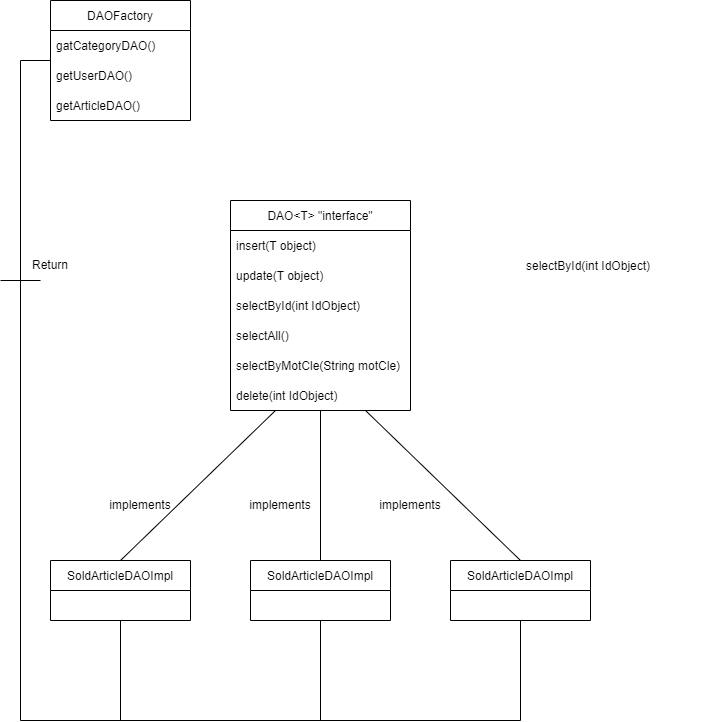
Deadrix/ENCHERES-ENI keeps this draw.io diagram as Diagram/Diagram DAL.png. Above is the earlier version. Source tidied: cells renumbered, new cells last; positions are measured from the earlier drawing's top-left corner, leaving out a move shared by most shapes.
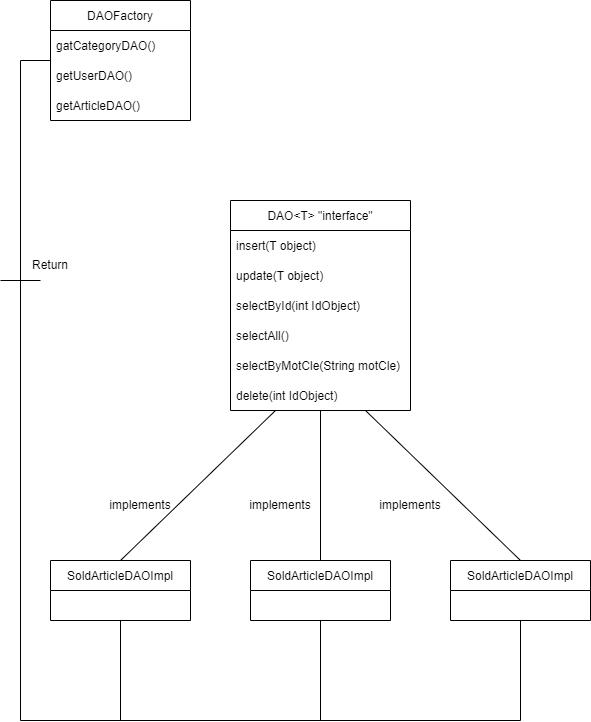
Above is the later version.

The edit, as a diff of the source:
```diff
@@ -90,8 +90,5 @@
     <mxCell id="26" value="Return" style="text;html=1;strokeColor=none;fillColor=none;align=center;verticalAlign=middle;whiteSpace=wrap;rounded=0;" parent="1" vertex="1">
       <mxGeometry x="20" y="250" width="60" height="30" as="geometry" />
     </mxCell>
-    <mxCell id="27" value="selectById(int IdObject)" style="text;strokeColor=none;fillColor=none;align=left;verticalAlign=middle;spacingLeft=4;spacingRight=4;overflow=hidden;" parent="1" vertex="1">
-      <mxGeometry x="520" y="250" width="180" height="30" as="geometry" />
-    </mxCell>
   </root>
 </mxGraphModel>
```
